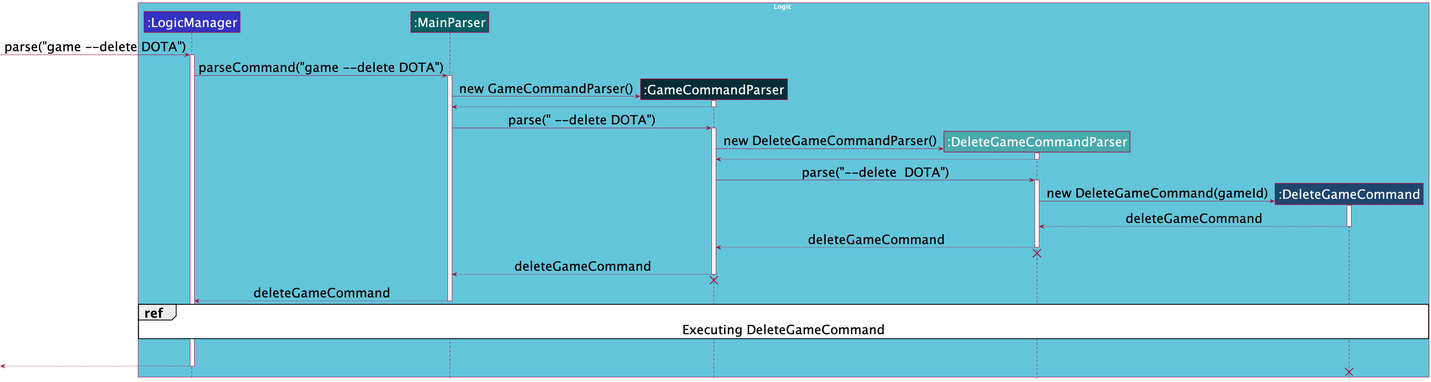
This is docs/images/DeleteGameSequenceDiagram.png from nus-cs2103-AY2122S1/tp, a PlantUML export, as it was before one commit.
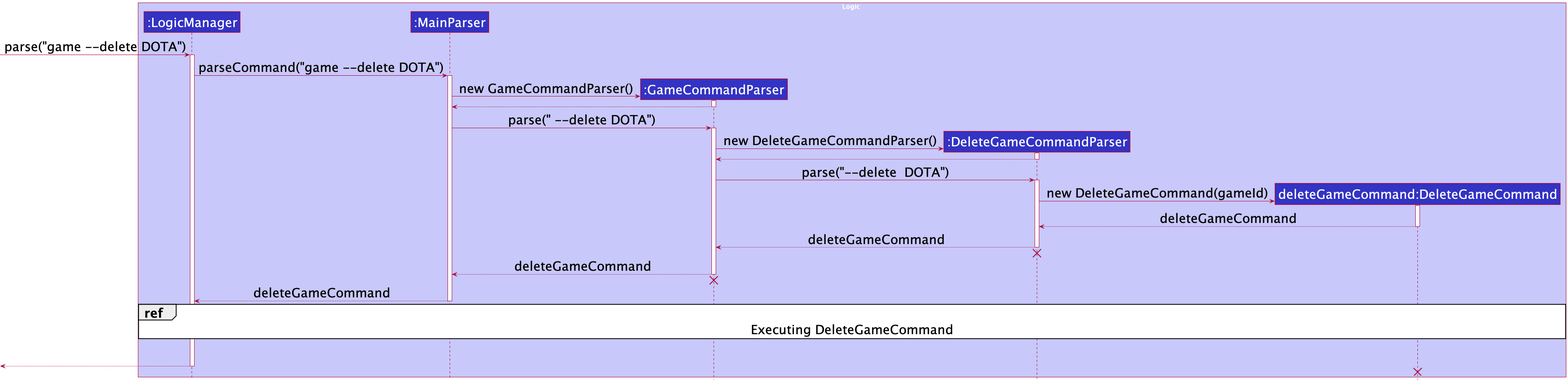
Later version of the same file.

Change to the diagram source:
```diff
@@ -2,12 +2,12 @@
 !include style.puml
 skinparam defaultFontSize 30
 
-box Logic GAME_DELETE_BOX_COLOR
+box Logic LOGIC_COLOR_T1
 participant ":LogicManager" as LogicManager LOGIC_COLOR
-participant ":MainParser" as MainParser MAIN_PARSER_COLOR
-participant ":GameCommandParser" as GameCommandParser GAME_PARSER_COLOR
-participant ":DeleteGameCommandParser" as DeleteGameCommandParser DELETE_GAME_PARSER_COLOR
-participant ":DeleteGameCommand" as DeleteGameCommand DELETE_GAME_COLOR
+participant ":MainParser" as MainParser LOGIC_COLOR
+participant ":GameCommandParser" as GameCommandParser LOGIC_COLOR
+participant ":DeleteGameCommandParser" as DeleteGameCommandParser LOGIC_COLOR
+participant "deleteGameCommand:DeleteGameCommand" as DeleteGameCommand LOGIC_COLOR
 end box
 
 
```
